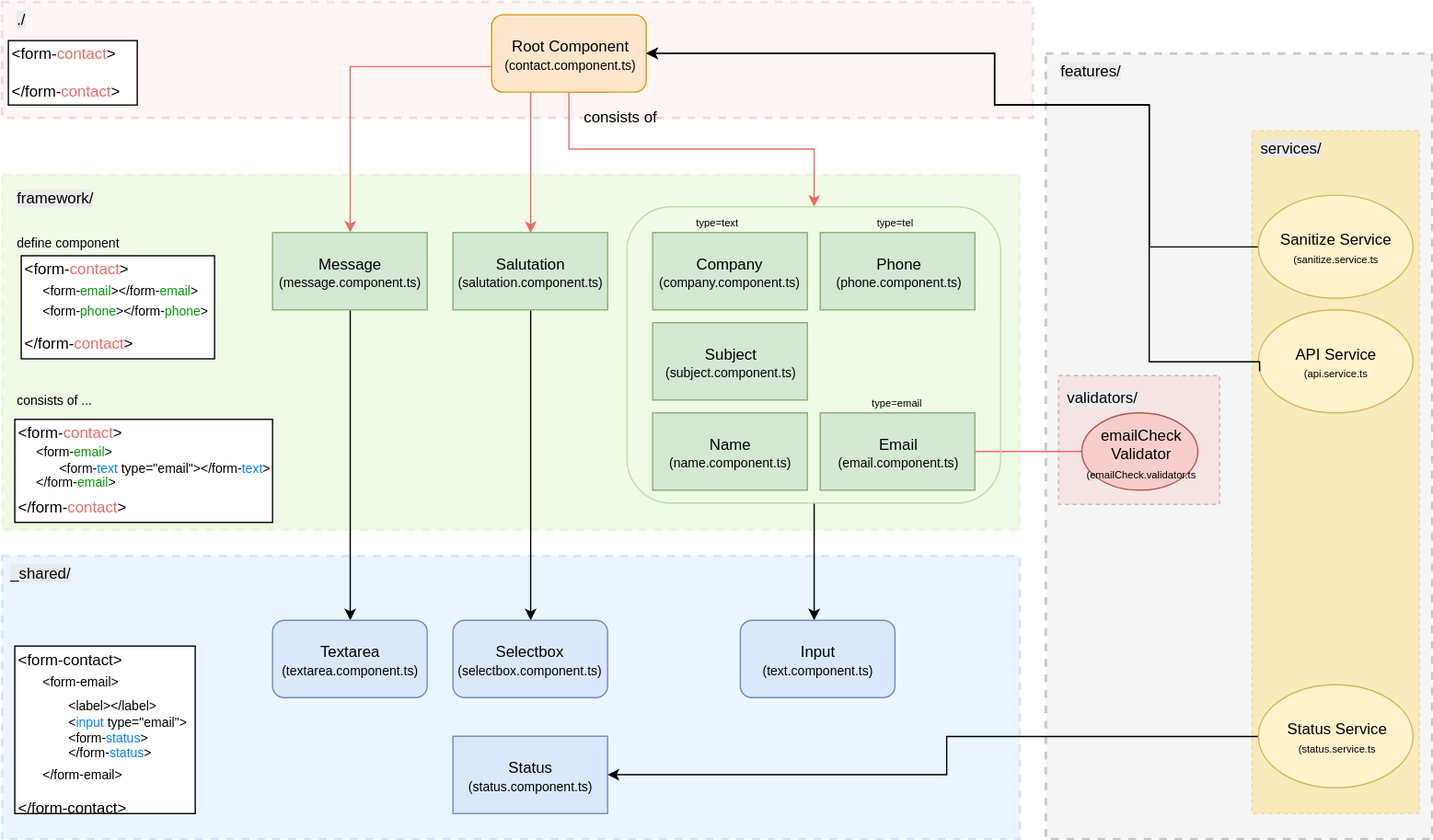
The draw.io diagram docs/folder_structure.svg in willi84/angular-forms, before a commit. Source tidied: cells renumbered, new cells last; positions are measured from the earlier drawing's top-left corner, leaving out a move shared by most shapes.
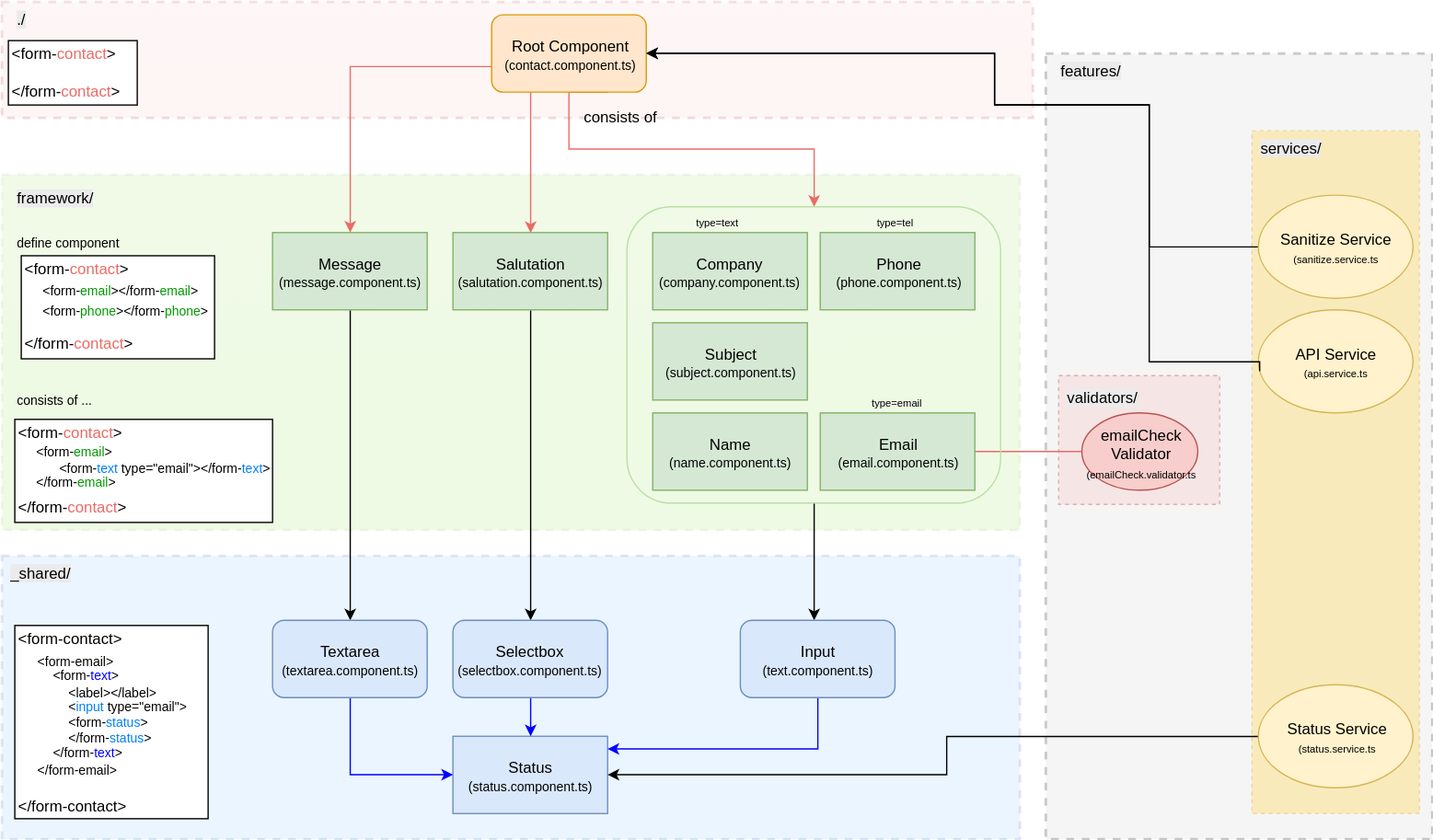
Above is the later version.

The edit, as a diff of the source:
```diff
@@ -144,12 +144,29 @@
     <mxCell id="33" style="rounded=1;whiteSpace=wrap;html=1;fillColor=none;strokeColor=#B9E0A5;labelPosition=left;verticalLabelPosition=middle;align=right;verticalAlign=middle;" parent="1" vertex="1">
       <mxGeometry x="485" y="159" width="290" height="230" as="geometry" />
     </mxCell>
+    <mxCell id="59" style="edgeStyle=orthogonalEdgeStyle;rounded=0;html=1;jettySize=auto;strokeColor=#0000FF;fontSize=10;fontColor=#00CC00;" parent="1" edge="1" source="34" target="12">
+      <mxGeometry relative="1" as="geometry">
+        <Array as="points">
+          <mxPoint x="633" y="580" />
+        </Array>
+      </mxGeometry>
+    </mxCell>
     <mxCell id="34" value="Input&lt;br&gt;&lt;font style=&quot;font-size: 10px&quot;&gt;(text.component.ts)&lt;/font&gt;&lt;br&gt;" style="rounded=1;whiteSpace=wrap;html=1;fillColor=#dae8fc;strokeColor=#6c8ebf;shadow=0;glass=0;comic=0;" parent="1" vertex="1">
       <mxGeometry x="573" y="480" width="120" height="60" as="geometry" />
     </mxCell>
+    <mxCell id="60" style="edgeStyle=orthogonalEdgeStyle;rounded=0;html=1;jettySize=auto;strokeColor=#0000FF;fontSize=10;fontColor=#00CC00;" parent="1" edge="1" source="35" target="12">
+      <mxGeometry relative="1" as="geometry">
+        <Array as="points">
+          <mxPoint x="270" y="600" />
+        </Array>
+      </mxGeometry>
+    </mxCell>
     <mxCell id="35" value="Textarea&lt;br&gt;&lt;font style=&quot;font-size: 10px&quot;&gt;(textarea.component.ts)&lt;/font&gt;&lt;br&gt;" style="rounded=1;whiteSpace=wrap;html=1;fillColor=#dae8fc;strokeColor=#6c8ebf;shadow=0;glass=0;comic=0;" parent="1" vertex="1">
       <mxGeometry x="210" y="480" width="120" height="60" as="geometry" />
     </mxCell>
+    <mxCell id="61" style="edgeStyle=orthogonalEdgeStyle;rounded=0;html=1;jettySize=auto;strokeColor=#0000FF;fontSize=10;fontColor=#00CC00;" parent="1" edge="1" source="36" target="12">
+      <mxGeometry relative="1" as="geometry" />
+    </mxCell>
     <mxCell id="36" value="Selectbox&lt;br&gt;&lt;font style=&quot;font-size: 10px&quot;&gt;(selectbox.component.ts)&lt;/font&gt;&lt;br&gt;" style="rounded=1;whiteSpace=wrap;html=1;fillColor=#dae8fc;strokeColor=#6c8ebf;shadow=0;glass=0;comic=0;" parent="1" vertex="1">
       <mxGeometry x="350" y="480" width="120" height="60" as="geometry" />
     </mxCell>
@@ -186,20 +203,20 @@
     <mxCell id="47" value="&lt;font color=&quot;#000000&quot; style=&quot;font-size: 10px&quot;&gt;&amp;lt;form-&lt;/font&gt;&lt;font style=&quot;font-size: 10px&quot; color=&quot;#009900&quot;&gt;phone&lt;/font&gt;&lt;font color=&quot;#000000&quot; style=&quot;font-size: 10px&quot;&gt;&amp;gt;&amp;lt;/form-&lt;/font&gt;&lt;font style=&quot;font-size: 10px&quot; color=&quot;#009900&quot;&gt;phone&lt;/font&gt;&lt;font color=&quot;#000000&quot; style=&quot;font-size: 10px&quot;&gt;&amp;gt;&lt;br style=&quot;font-size: 10px&quot;&gt;&lt;/font&gt;" style="text;html=1;align=left;verticalAlign=top;spacingTop=-4;fontColor=#00CC00;fontSize=10;" parent="1" vertex="1">
       <mxGeometry x="30" y="232" width="140" height="10" as="geometry" />
     </mxCell>
-    <mxCell id="48" value="&lt;font color=&quot;#000000&quot;&gt;&amp;lt;form-contact&amp;gt;&lt;br&gt;&lt;br&gt;&lt;br&gt;&lt;br&gt;&lt;br&gt;&lt;br&gt;&lt;br&gt;&lt;br&gt;&amp;lt;/form-contact&amp;gt;&lt;br&gt;&lt;/font&gt;" style="text;html=1;align=left;verticalAlign=top;spacingTop=-4;fontColor=#00CC00;fillColor=#ffffff;strokeColor=#000000;" parent="1" vertex="1">
-      <mxGeometry x="10" y="500" width="140" height="130" as="geometry" />
+    <mxCell id="48" value="&lt;font color=&quot;#000000&quot;&gt;&amp;lt;form-contact&amp;gt;&lt;br&gt;&lt;br&gt;&lt;br&gt;&lt;br&gt;&lt;br&gt;&lt;br&gt;&lt;br&gt;&lt;br&gt;&lt;br&gt;&amp;lt;/form-contact&amp;gt;&lt;br&gt;&lt;/font&gt;" style="text;html=1;align=left;verticalAlign=top;spacingTop=-4;fontColor=#00CC00;fillColor=#ffffff;strokeColor=#000000;" parent="1" vertex="1">
+      <mxGeometry x="10" y="484" width="150" height="150" as="geometry" />
     </mxCell>
-    <mxCell id="49" value="&lt;font color=&quot;#000000&quot; style=&quot;font-size: 10px&quot;&gt;&amp;lt;form-email&amp;gt;&lt;br&gt;&lt;br&gt;&lt;br&gt;&lt;br&gt;&lt;br&gt;&lt;br&gt;&amp;lt;/form-email&amp;gt;&lt;br style=&quot;font-size: 10px&quot;&gt;&lt;/font&gt;" style="text;html=1;align=left;verticalAlign=top;spacingTop=-4;fontColor=#00CC00;fontSize=10;" parent="1" vertex="1">
-      <mxGeometry x="30" y="520" width="80" height="90" as="geometry" />
+    <mxCell id="49" value="&lt;font color=&quot;#000000&quot; style=&quot;font-size: 10px&quot;&gt;&amp;lt;form-email&amp;gt;&lt;br&gt;&lt;br&gt;&lt;br&gt;&lt;br&gt;&lt;br&gt;&lt;br&gt;&lt;br&gt;&amp;lt;/form-email&amp;gt;&lt;br style=&quot;font-size: 10px&quot;&gt;&lt;/font&gt;" style="text;html=1;align=left;verticalAlign=top;spacingTop=-4;fontColor=#00CC00;fontSize=10;" parent="1" vertex="1">
+      <mxGeometry x="26" y="504" width="80" height="90" as="geometry" />
     </mxCell>
     <mxCell id="50" value="&lt;font color=&quot;#000000&quot; style=&quot;font-size: 10px&quot;&gt;&amp;lt;&lt;/font&gt;&lt;font style=&quot;font-size: 10px&quot; color=&quot;#007fff&quot;&gt;input&lt;/font&gt;&lt;font color=&quot;#000000&quot; style=&quot;font-size: 10px&quot;&gt; type=&quot;email&quot;&amp;gt;&lt;br style=&quot;font-size: 10px&quot;&gt;&lt;/font&gt;" style="text;html=1;align=left;verticalAlign=top;spacingTop=-4;fontColor=#00CC00;fontSize=10;" parent="1" vertex="1">
-      <mxGeometry x="50" y="550.5" width="110" height="10" as="geometry" />
+      <mxGeometry x="50" y="538.5" width="110" height="10" as="geometry" />
     </mxCell>
     <mxCell id="51" value="&lt;font color=&quot;#000000&quot; style=&quot;font-size: 10px&quot;&gt;&amp;lt;label&amp;gt;&amp;lt;/label&amp;gt;&lt;br style=&quot;font-size: 10px&quot;&gt;&lt;/font&gt;" style="text;html=1;align=left;verticalAlign=top;spacingTop=-4;fontColor=#00CC00;fontSize=10;" parent="1" vertex="1">
-      <mxGeometry x="50" y="537.5" width="80" height="10" as="geometry" />
+      <mxGeometry x="50" y="527.5" width="80" height="10" as="geometry" />
     </mxCell>
     <mxCell id="52" value="&lt;font color=&quot;#000000&quot; style=&quot;font-size: 10px&quot;&gt;&amp;lt;form-&lt;/font&gt;&lt;font style=&quot;font-size: 10px&quot; color=&quot;#007fff&quot;&gt;status&lt;/font&gt;&lt;font color=&quot;#000000&quot; style=&quot;font-size: 10px&quot;&gt;&amp;gt;&lt;br&gt;&amp;lt;/form-&lt;/font&gt;&lt;font style=&quot;font-size: 10px&quot; color=&quot;#007fff&quot;&gt;status&lt;/font&gt;&lt;font color=&quot;#000000&quot; style=&quot;font-size: 10px&quot;&gt;&amp;gt;&lt;br style=&quot;font-size: 10px&quot;&gt;&lt;/font&gt;" style="text;html=1;align=left;verticalAlign=top;spacingTop=-4;fontColor=#00CC00;fontSize=10;" parent="1" vertex="1">
-      <mxGeometry x="50" y="562.5" width="80" height="30" as="geometry" />
+      <mxGeometry x="50" y="550.5" width="80" height="30" as="geometry" />
     </mxCell>
     <mxCell id="53" value="&lt;font color=&quot;#000000&quot;&gt;&amp;lt;form-&lt;/font&gt;&lt;font color=&quot;#ea6b66&quot;&gt;contact&lt;/font&gt;&lt;font color=&quot;#000000&quot;&gt;&amp;gt;&lt;br&gt;&lt;br&gt;&lt;br&gt;&lt;br&gt;&amp;lt;/form-&lt;/font&gt;&lt;font color=&quot;#ea6b66&quot;&gt;contact&lt;/font&gt;&lt;font color=&quot;#000000&quot;&gt;&amp;gt;&lt;br&gt;&lt;/font&gt;" style="text;html=1;align=left;verticalAlign=top;spacingTop=-4;fontColor=#00CC00;fillColor=#ffffff;strokeColor=#000000;" parent="1" vertex="1">
       <mxGeometry x="10" y="324" width="200" height="80" as="geometry" />
@@ -219,5 +236,8 @@
     <mxCell id="58" value="&lt;span style=&quot;color: rgb(0 , 0 , 0) ; font-family: &amp;#34;helvetica&amp;#34; ; font-size: 12px ; font-style: normal ; font-weight: 400 ; letter-spacing: normal ; text-align: center ; text-indent: 0px ; text-transform: none ; white-space: normal ; word-spacing: 0px ; background-color: rgb(235 , 235 , 235) ; display: inline ; float: none&quot;&gt;./&lt;/span&gt;" style="text;html=1;fontColor=#00CC00;" parent="1" vertex="1">
       <mxGeometry x="10" width="80" height="30" as="geometry" />
     </mxCell>
+    <mxCell id="62" value="&lt;font color=&quot;#000000&quot; style=&quot;font-size: 10px&quot;&gt;&amp;lt;form-&lt;/font&gt;&lt;font style=&quot;font-size: 10px&quot; color=&quot;#0000ff&quot;&gt;text&lt;/font&gt;&lt;font color=&quot;#000000&quot; style=&quot;font-size: 10px&quot;&gt;&amp;gt;&lt;br&gt;&lt;br&gt;&lt;br&gt;&lt;br&gt;&lt;br&gt;&amp;lt;/form-&lt;/font&gt;&lt;font style=&quot;font-size: 10px&quot; color=&quot;#0000ff&quot;&gt;text&lt;/font&gt;&lt;font color=&quot;#000000&quot; style=&quot;font-size: 10px&quot;&gt;&amp;gt;&lt;br style=&quot;font-size: 10px&quot;&gt;&lt;/font&gt;" style="text;html=1;align=left;verticalAlign=top;spacingTop=-4;fontColor=#00CC00;fontSize=10;" parent="1" vertex="1">
+      <mxGeometry x="38" y="515" width="70" height="70" as="geometry" />
+    </mxCell>
   </root>
 </mxGraphModel>
```
